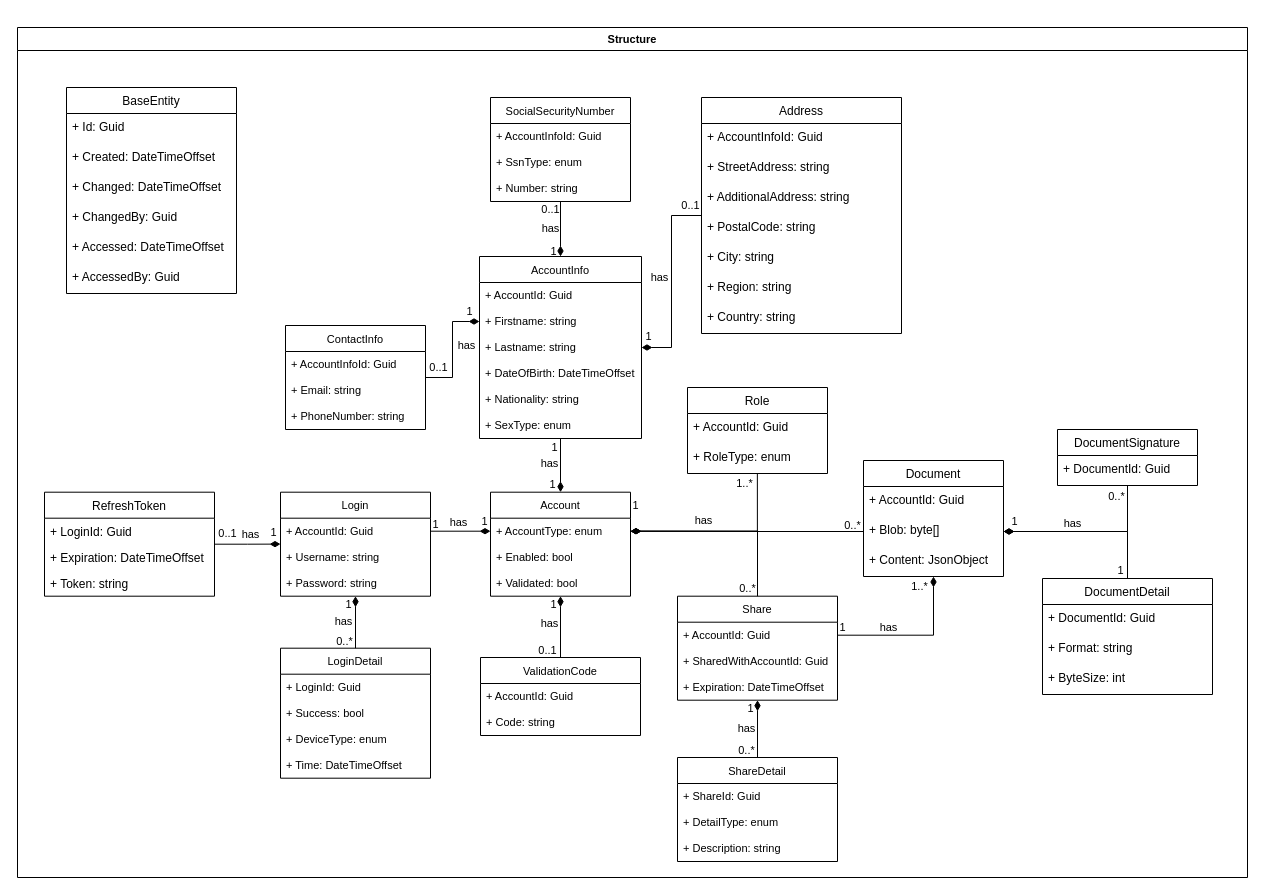
The draw.io diagram page "V1" (1 of 2) of structure.drawio in ToxicK1dd/FileShare, before the edit. Source tidied: cells renumbered, new cells numbered last; positions are measured from the earlier drawing's top-left corner, leaving out a move shared by most shapes. Both pictures are drawn from the tidied source at 100%, with x=0, y=0 at pixel (17, 27).
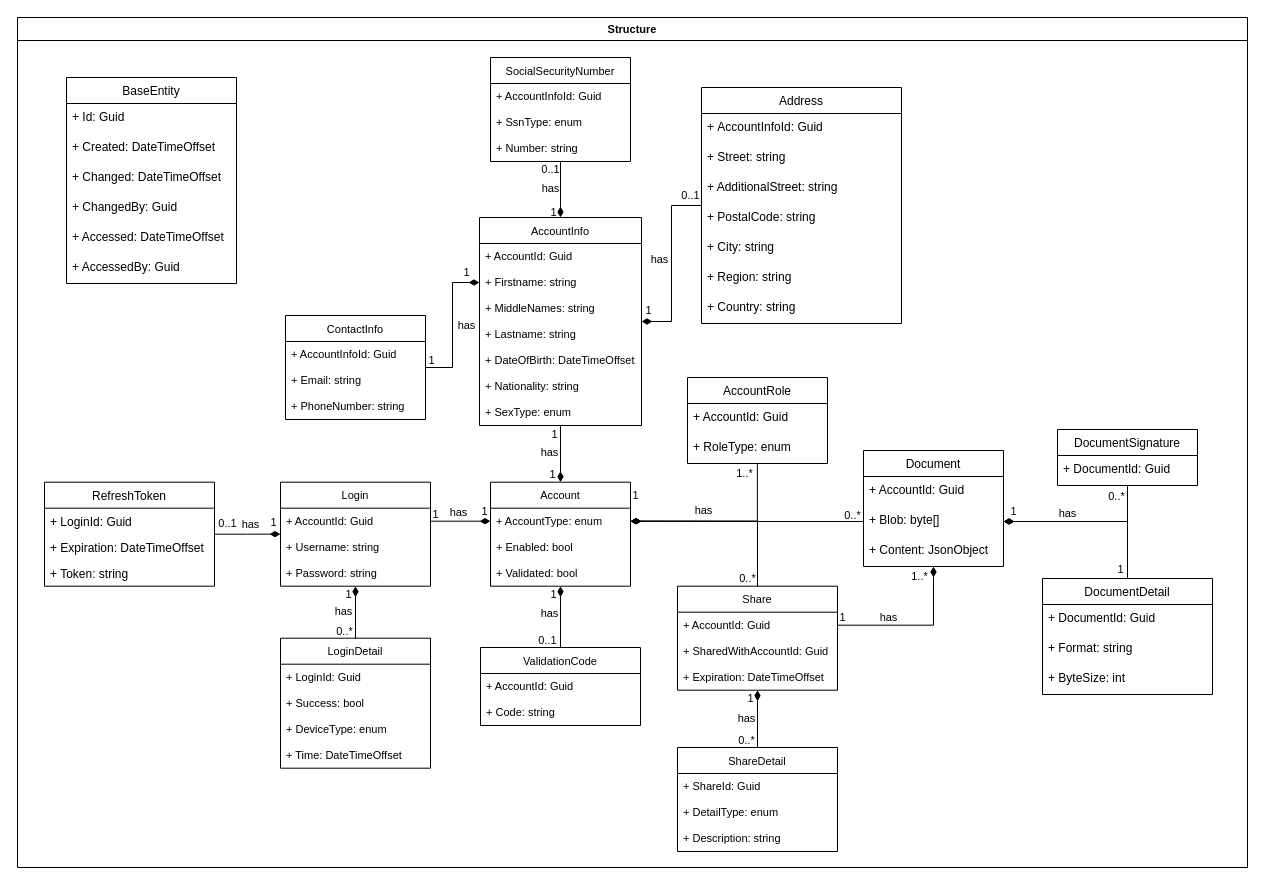
The same diagram, later.

Unchanged cells that the change refers to:
```xml
<mxCell id="67" value="Address" style="swimlane;fontStyle=0;horizontal=1;startSize=26;fillColor=none;" parent="2" vertex="1">
  <mxGeometry x="684" y="70" width="200" height="236" as="geometry" />
</mxCell>
<mxCell id="91" style="edgeStyle=orthogonalEdgeStyle;rounded=0;jumpSize=8;jettySize=auto;html=1;exitX=1;exitY=0.5;exitDx=0;exitDy=0;fontSize=11;startArrow=none;startFill=0;endArrow=diamondThin;endFill=1;startSize=8;endSize=8;strokeWidth=1;entryX=0;entryY=0.5;entryDx=0;entryDy=0;" parent="2" edge="1" source="87" target="55">
  <mxGeometry relative="1" as="geometry" />
</mxCell>
```

Diff of the diagram source:
```diff
@@
     <mxCell id="2" value="Structure" style="swimlane;labelBackgroundColor=none;fontSize=11;startSize=23;" parent="1" vertex="1">
-      <mxGeometry width="1230" height="850" as="geometry" />
+      <mxGeometry y="-10" width="1230" height="850" as="geometry" />
     </mxCell>
@@
-    <mxCell id="43" value="Role" style="swimlane;fontStyle=0;horizontal=1;startSize=26;fillColor=none;" parent="2" vertex="1">
+    <mxCell id="43" value="AccountRole" style="swimlane;fontStyle=0;horizontal=1;startSize=26;fillColor=none;" parent="2" vertex="1">
       <mxGeometry x="670" y="360" width="140" height="86" as="geometry" />
     </mxCell>
@@
     <mxCell id="53" value="AccountInfo" style="swimlane;fontStyle=0;horizontal=1;startSize=26;fillColor=none;labelBackgroundColor=none;fontSize=11;" parent="2" vertex="1">
-      <mxGeometry x="462" y="229" width="162" height="182" as="geometry" />
+      <mxGeometry x="462" y="200" width="162" height="208" as="geometry" />
     </mxCell>
@@
+    <mxCell id="128" value="+ MiddleNames: string" style="text;strokeColor=none;fillColor=none;align=left;verticalAlign=top;spacingLeft=4;spacingRight=4;overflow=hidden;labelBackgroundColor=none;fontSize=11;" parent="53" vertex="1">
+      <mxGeometry y="78" width="162" height="26" as="geometry" />
+    </mxCell>
     <mxCell id="56" value="+ Lastname: string" style="text;strokeColor=none;fillColor=none;align=left;verticalAlign=top;spacingLeft=4;spacingRight=4;overflow=hidden;labelBackgroundColor=none;fontSize=11;" parent="53" vertex="1">
-      <mxGeometry y="78" width="162" height="26" as="geometry" />
+      <mxGeometry y="104" width="162" height="26" as="geometry" />
     </mxCell>
     <mxCell id="57" value="+ DateOfBirth: DateTimeOffset" style="text;strokeColor=none;fillColor=none;align=left;verticalAlign=top;spacingLeft=4;spacingRight=4;overflow=hidden;labelBackgroundColor=none;fontSize=11;" parent="53" vertex="1">
-      <mxGeometry y="104" width="162" height="26" as="geometry" />
+      <mxGeometry y="130" width="162" height="26" as="geometry" />
     </mxCell>
     <mxCell id="58" value="+ Nationality: string" style="text;strokeColor=none;fillColor=none;align=left;verticalAlign=top;spacingLeft=4;spacingRight=4;overflow=hidden;labelBackgroundColor=none;fontSize=11;" parent="53" vertex="1">
-      <mxGeometry y="130" width="162" height="26" as="geometry" />
+      <mxGeometry y="156" width="162" height="26" as="geometry" />
     </mxCell>
     <mxCell id="59" value="+ SexType: enum" style="text;strokeColor=none;fillColor=none;align=left;verticalAlign=top;spacingLeft=4;spacingRight=4;overflow=hidden;labelBackgroundColor=none;fontSize=11;" parent="53" vertex="1">
-      <mxGeometry y="156" width="162" height="26" as="geometry" />
+      <mxGeometry y="182" width="162" height="26" as="geometry" />
     </mxCell>
@@
-    <mxCell id="69" value="+ StreetAddress: string" style="text;strokeColor=none;fillColor=none;align=left;verticalAlign=top;spacingLeft=4;spacingRight=4;overflow=hidden;" parent="67" vertex="1">
+    <mxCell id="69" value="+ Street: string" style="text;strokeColor=none;fillColor=none;align=left;verticalAlign=top;spacingLeft=4;spacingRight=4;overflow=hidden;" parent="67" vertex="1">
       <mxGeometry y="56" width="200" height="30" as="geometry" />
     </mxCell>
-    <mxCell id="70" value="+ AdditionalAddress: string" style="text;strokeColor=none;fillColor=none;align=left;verticalAlign=top;spacingLeft=4;spacingRight=4;overflow=hidden;" parent="67" vertex="1">
+    <mxCell id="70" value="+ AdditionalStreet: string" style="text;strokeColor=none;fillColor=none;align=left;verticalAlign=top;spacingLeft=4;spacingRight=4;overflow=hidden;" parent="67" vertex="1">
       <mxGeometry y="86" width="200" height="30" as="geometry" />
     </mxCell>
@@
     <mxCell id="79" value="SocialSecurityNumber" style="swimlane;fontStyle=0;horizontal=1;startSize=26;fillColor=none;labelBackgroundColor=none;fontSize=11;" parent="2" vertex="1">
-      <mxGeometry x="473" y="70" width="140" height="104" as="geometry" />
+      <mxGeometry x="473" y="40" width="140" height="104" as="geometry" />
     </mxCell>
@@
-    <mxCell id="94" value="0..1" style="edgeLabel;html=1;align=center;verticalAlign=middle;fontSize=11;labelBackgroundColor=none;" parent="91" vertex="1">
+    <mxCell id="94" value="1" style="edgeLabel;html=1;align=center;verticalAlign=middle;fontSize=11;labelBackgroundColor=none;" parent="91" vertex="1">
       <mxGeometry x="-0.99" relative="1" as="geometry">
-        <mxPoint x="11" y="-11" as="offset" />
+        <mxPoint x="4" y="-8" as="offset" />
       </mxGeometry>
     </mxCell>
```
